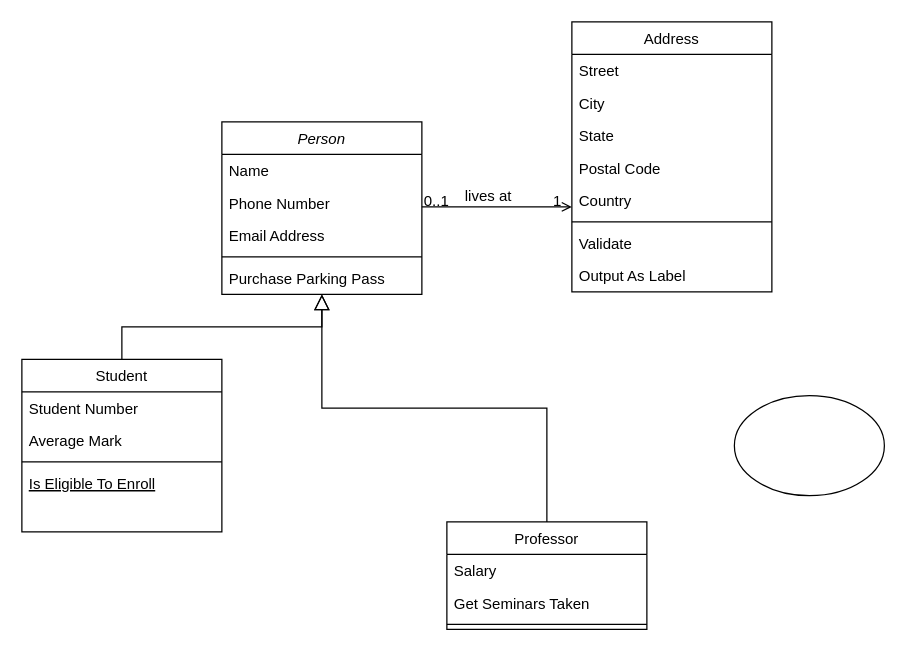
Above: Diagrama sin título.drawio in TheAguxman12/Practica-1 (draw.io), before the change. Source tidied: cells renumbered, new cells numbered last; positions are measured from the earlier drawing's top-left corner, leaving out a move shared by most shapes. Both pictures are drawn from the tidied source at 125%, with x=0, y=0 at pixel (21, 21).
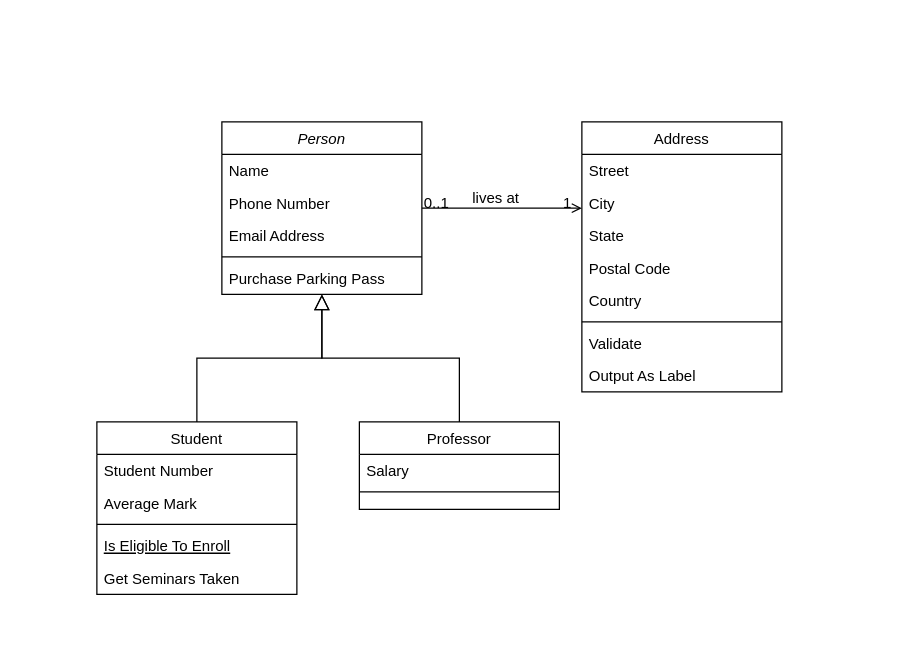
Above is the later version.

Commit message:
DIAGRAMA DE CLASSES PP2

Change to the diagram source:
```diff
@@
     <mxCell id="8" value="Student" style="swimlane;fontStyle=0;align=center;verticalAlign=top;horizontal=1;startSize=26;rounded=0;shadow=0;strokeWidth=1;" parent="1" vertex="1">
-      <mxGeometry y="270" width="160" height="138" as="geometry" />
+      <mxGeometry x="60" y="320" width="160" height="138" as="geometry" />
     </mxCell>
@@
+    <mxCell id="16" value="Get Seminars Taken" style="text;align=left;verticalAlign=top;spacingLeft=4;spacingRight=4;overflow=hidden;" parent="8" vertex="1">
+      <mxGeometry y="112" width="160" height="26" as="geometry" />
+    </mxCell>
@@
     <mxCell id="14" value="Professor" style="swimlane;fontStyle=0;align=center;verticalAlign=top;horizontal=1;startSize=26;rounded=0;shadow=0;strokeWidth=1;" parent="1" vertex="1">
-      <mxGeometry x="340" y="400" width="160" height="86" as="geometry" />
+      <mxGeometry x="270" y="320" width="160" height="70" as="geometry" />
     </mxCell>
@@
-    <mxCell id="16" value="Get Seminars Taken" style="text;align=left;verticalAlign=top;spacingLeft=4;spacingRight=4;overflow=hidden;" parent="14" vertex="1">
-      <mxGeometry y="52" width="160" height="26" as="geometry" />
-    </mxCell>
     <mxCell id="17" style="line;html=1;strokeWidth=1;align=left;verticalAlign=middle;spacingTop=-1;spacingLeft=3;spacingRight=3;labelPosition=right;" parent="14" vertex="1">
-      <mxGeometry y="78" width="160" height="8" as="geometry" />
+      <mxGeometry y="52" width="160" height="8" as="geometry" />
     </mxCell>
@@
     <mxCell id="19" value="Address" style="swimlane;fontStyle=0;align=center;verticalAlign=top;horizontal=1;startSize=26;rounded=0;shadow=0;strokeWidth=1;" parent="1" vertex="1">
-      <mxGeometry x="440" width="160" height="216" as="geometry" />
+      <mxGeometry x="448" y="80" width="160" height="216" as="geometry" />
     </mxCell>
@@
-    <mxCell id="32" style="ellipse;whiteSpace=wrap;html=1;" parent="1" vertex="1">
-      <mxGeometry x="570" y="299" width="120" height="80" as="geometry" />
-    </mxCell>
```
